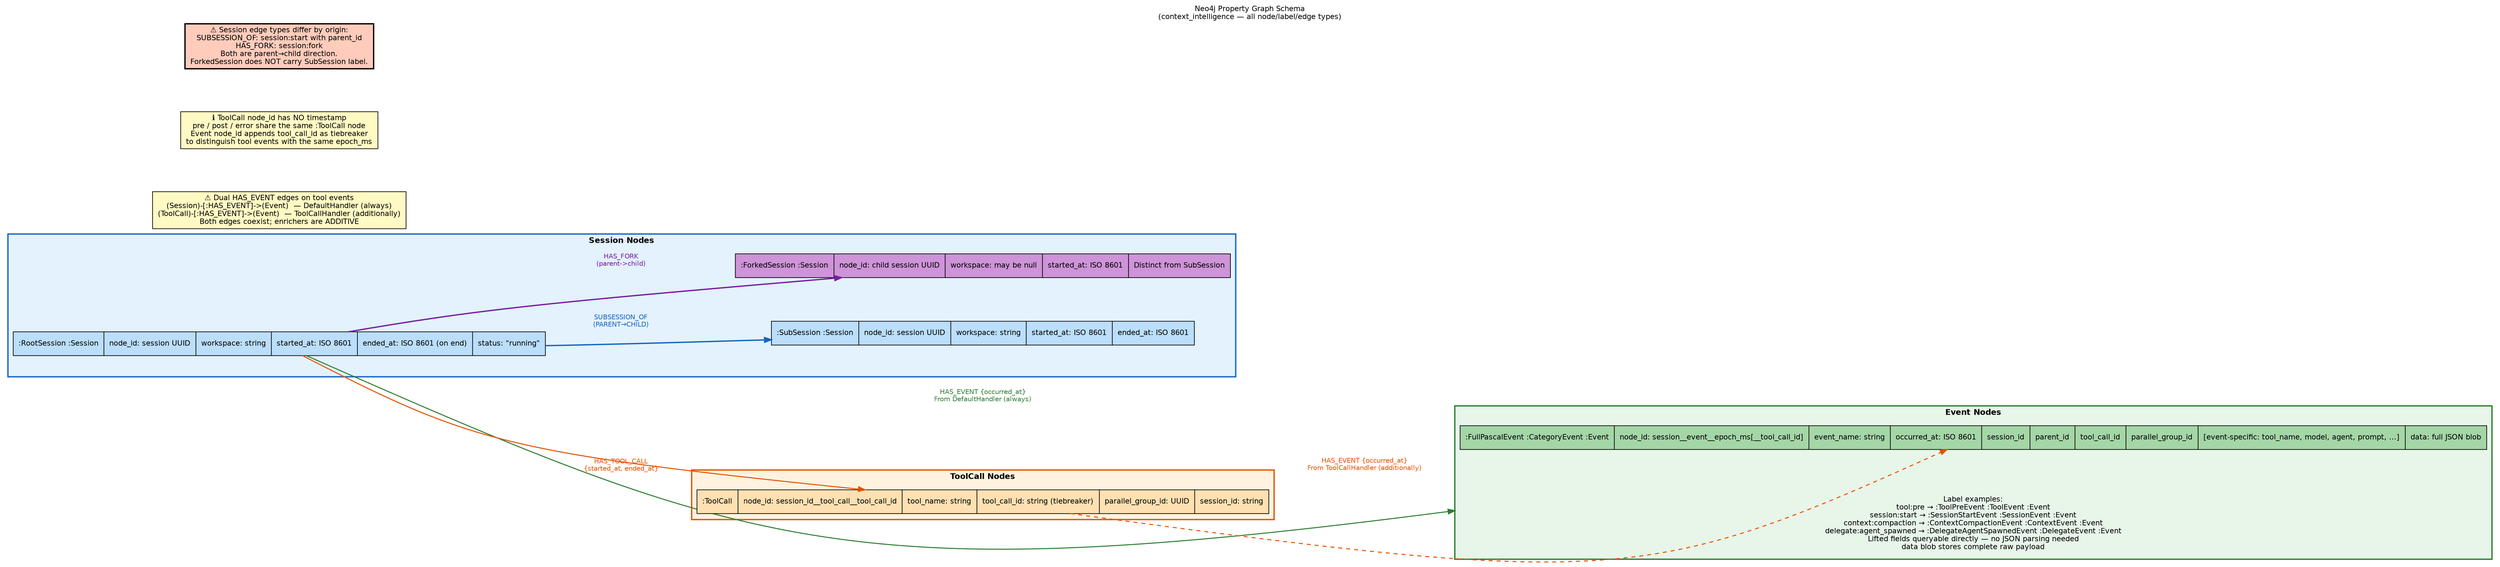
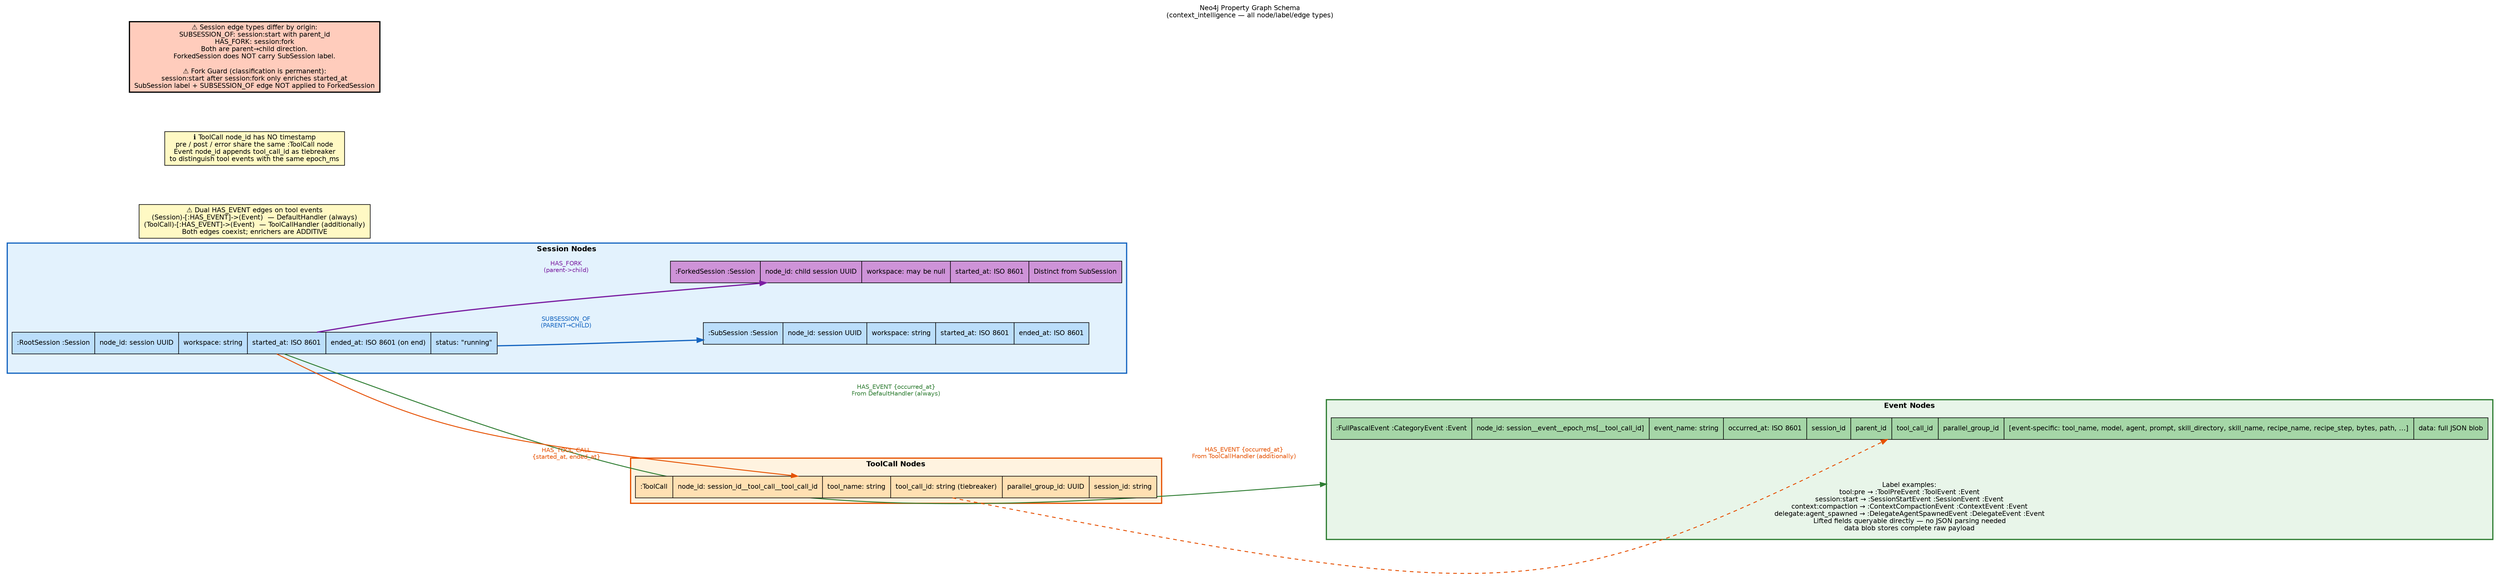
digraph graph_model {
    // ── Global defaults ───────────────────────────────────────────────────────
    graph [
        rankdir   = LR
        compound  = true
        splines   = curved
        nodesep   = 0.9
        ranksep   = 1.6
        fontname  = "Helvetica"
        fontsize  = 11
        label     = "Neo4j Property Graph Schema\n(context_intelligence — all node/label/edge types)"
        labelloc  = t
        labeljust = c
    ]
    node [
        fontname = "Helvetica"
        fontsize = 11
        style    = "filled,rounded"
        shape    = box
    ]
    edge [
        fontname = "Helvetica"
        fontsize = 10
    ]

    // ── Sessions cluster ──────────────────────────────────────────────────────
    subgraph cluster_sessions {
        graph [
            label     = "Session Nodes"
            fontname  = "Helvetica-Bold"
            fontsize  = 12
            style     = filled
            color     = "#1565C0"
            fillcolor = "#E3F2FD"
            penwidth  = 2
        ]

        RootSession [
            shape     = record
            style     = filled
            fillcolor = "#BBDEFB"
            label     = "{ :RootSession :Session | node_id: session UUID | workspace: string | started_at: ISO 8601 | ended_at: ISO 8601 (on end) | status: \"running\" }"
        ]

        SubSession [
            shape     = record
            style     = filled
            fillcolor = "#BBDEFB"
            label     = "{ :SubSession :Session | node_id: session UUID | workspace: string | started_at: ISO 8601 | ended_at: ISO 8601 }"
        ]

        ForkedSession [
            shape     = record
            style     = filled
            fillcolor = "#CE93D8"
            label     = "{ :ForkedSession :Session | node_id: child session UUID | workspace: may be null | started_at: ISO 8601 | Distinct from SubSession }"
        ]
    }

    // ── Events cluster ────────────────────────────────────────────────────────
    subgraph cluster_events {
        graph [
            label     = "Event Nodes"
            fontname  = "Helvetica-Bold"
            fontsize  = 12
            style     = filled
            color     = "#2E7D32"
            fillcolor = "#E8F5E9"
            penwidth  = 2
        ]

        EventNode [
            shape     = record
            style     = filled
            fillcolor = "#A5D6A7"
-             label     = "{ :FullPascalEvent :CategoryEvent :Event | node_id: session__event__epoch_ms[__tool_call_id] | event_name: string | occurred_at: ISO 8601 | session_id | parent_id | tool_call_id | parallel_group_id | [event-specific: tool_name, model, agent, prompt, ...] | data: full JSON blob }"
+             label     = "{ :FullPascalEvent :CategoryEvent :Event | node_id: session__event__epoch_ms[__tool_call_id] | event_name: string | occurred_at: ISO 8601 | session_id | parent_id | tool_call_id | parallel_group_id | [event-specific: tool_name, model, agent, prompt, skill_directory, skill_name, recipe_name, recipe_step, bytes, path, ...] | data: full JSON blob }"
        ]

        EventExamples [
            shape     = plaintext
            style     = ""
            fillcolor = "transparent"
            label     = "Label examples:\ntool:pre → :ToolPreEvent :ToolEvent :Event\nsession:start → :SessionStartEvent :SessionEvent :Event\ncontext:compaction → :ContextCompactionEvent :ContextEvent :Event\ndelegate:agent_spawned → :DelegateAgentSpawnedEvent :DelegateEvent :Event\nLifted fields queryable directly — no JSON parsing needed\ndata blob stores complete raw payload"
        ]
    }

    // ── ToolCall cluster ──────────────────────────────────────────────────────
    subgraph cluster_toolcall {
        graph [
            label     = "ToolCall Nodes"
            fontname  = "Helvetica-Bold"
            fontsize  = 12
            style     = filled
            color     = "#E65100"
            fillcolor = "#FFF3E0"
            penwidth  = 2
        ]

        ToolCall [
            shape     = record
            style     = filled
            fillcolor = "#FFE0B2"
            label     = "{ :ToolCall | node_id: session_id__tool_call__tool_call_id | tool_name: string | tool_call_id: string (tiebreaker) | parallel_group_id: UUID | session_id: string }"
        ]
    }

    // ── Note nodes ────────────────────────────────────────────────────────────
    note_dual_edge [
        shape     = box
        style     = filled
        fillcolor = "#FFF9C4"
        label     = "⚠ Dual HAS_EVENT edges on tool events\n(Session)-[:HAS_EVENT]->(Event)  — DefaultHandler (always)\n(ToolCall)-[:HAS_EVENT]->(Event)  — ToolCallHandler (additionally)\nBoth edges coexist; enrichers are ADDITIVE"
    ]

    note_tiebreaker [
        shape     = box
        style     = filled
        fillcolor = "#FFF9C4"
        label     = "ℹ ToolCall node_id has NO timestamp\npre / post / error share the same :ToolCall node\nEvent node_id appends tool_call_id as tiebreaker\nto distinguish tool events with the same epoch_ms"
    ]

    note_direction [
        shape     = box
        style     = filled
        fillcolor = "#FFCCBC"
        penwidth  = 2
-         label     = "⚠ Session edge types differ by origin:\nSUBSESSION_OF: session:start with parent_id\nHAS_FORK: session:fork\nBoth are parent→child direction.\nForkedSession does NOT carry SubSession label."
+         label     = "⚠ Session edge types differ by origin:\nSUBSESSION_OF: session:start with parent_id\nHAS_FORK: session:fork\nBoth are parent→child direction.\nForkedSession does NOT carry SubSession label.\n\n⚠ Fork Guard (classification is permanent):\nsession:start after session:fork only enriches started_at\nSubSession label + SUBSESSION_OF edge NOT applied to ForkedSession"
    ]

    // ── Edges ─────────────────────────────────────────────────────────────────
    RootSession -> SubSession [
        label     = "SUBSESSION_OF\n(PARENT→CHILD)"
        color     = "#1565C0"
        fontcolor = "#1565C0"
        penwidth  = 2
    ]

    RootSession -> ForkedSession [
        label     = "HAS_FORK\n(parent->child)"
        color     = "#7B1FA2"
        fontcolor = "#7B1FA2"
        penwidth  = 2
    ]

    RootSession -> EventNode [
        label     = "HAS_EVENT {occurred_at}\nFrom DefaultHandler (always)"
        color     = "#2E7D32"
        fontcolor = "#2E7D32"
        penwidth  = 1.5
        lhead     = cluster_events
    ]

    RootSession -> ToolCall [
        label     = "HAS_TOOL_CALL\n{started_at, ended_at}"
        color     = "#E65100"
        fontcolor = "#E65100"
        penwidth  = 1.5
    ]

    ToolCall -> EventNode [
        label     = "HAS_EVENT {occurred_at}\nFrom ToolCallHandler (additionally)"
        color     = "#E65100"
        fontcolor = "#E65100"
        style     = dashed
        penwidth  = 1.5
    ]
}
